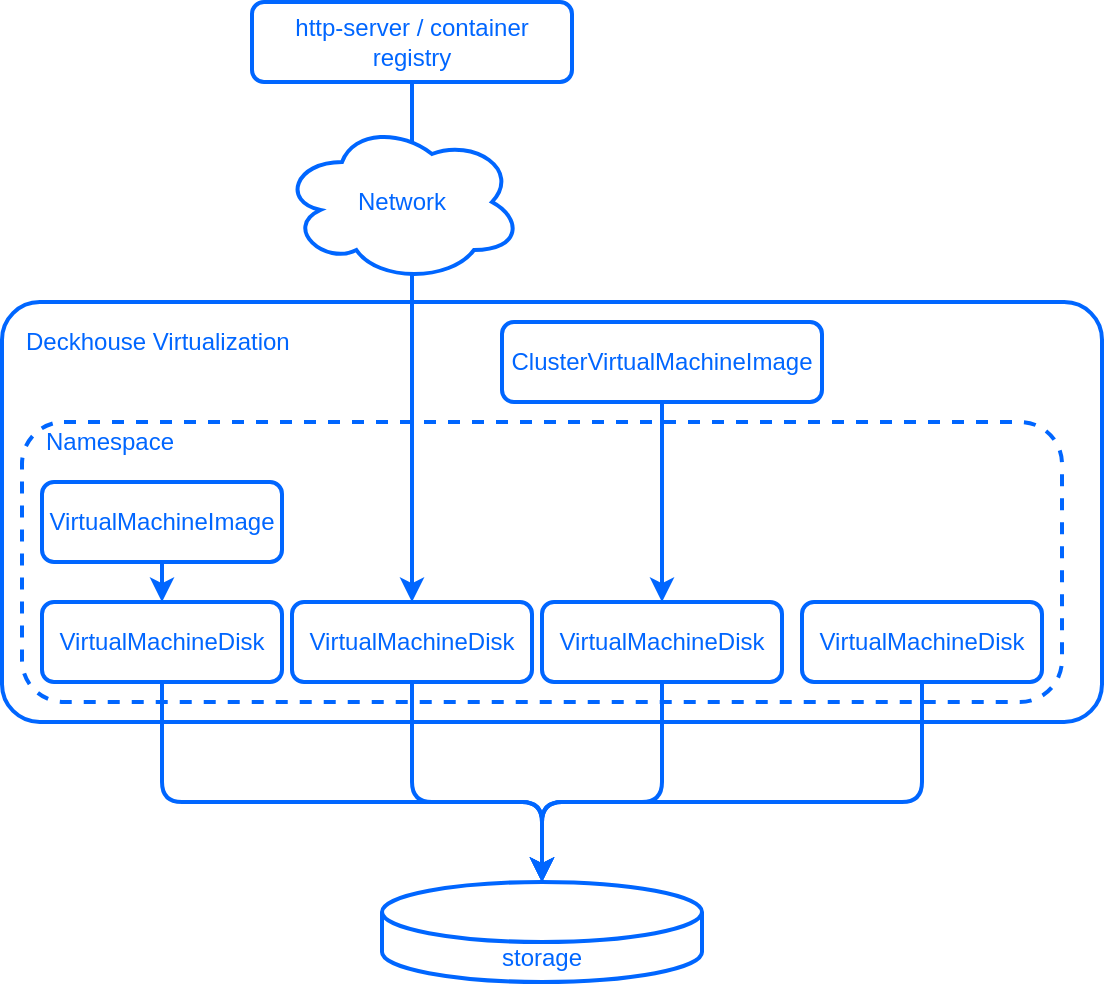
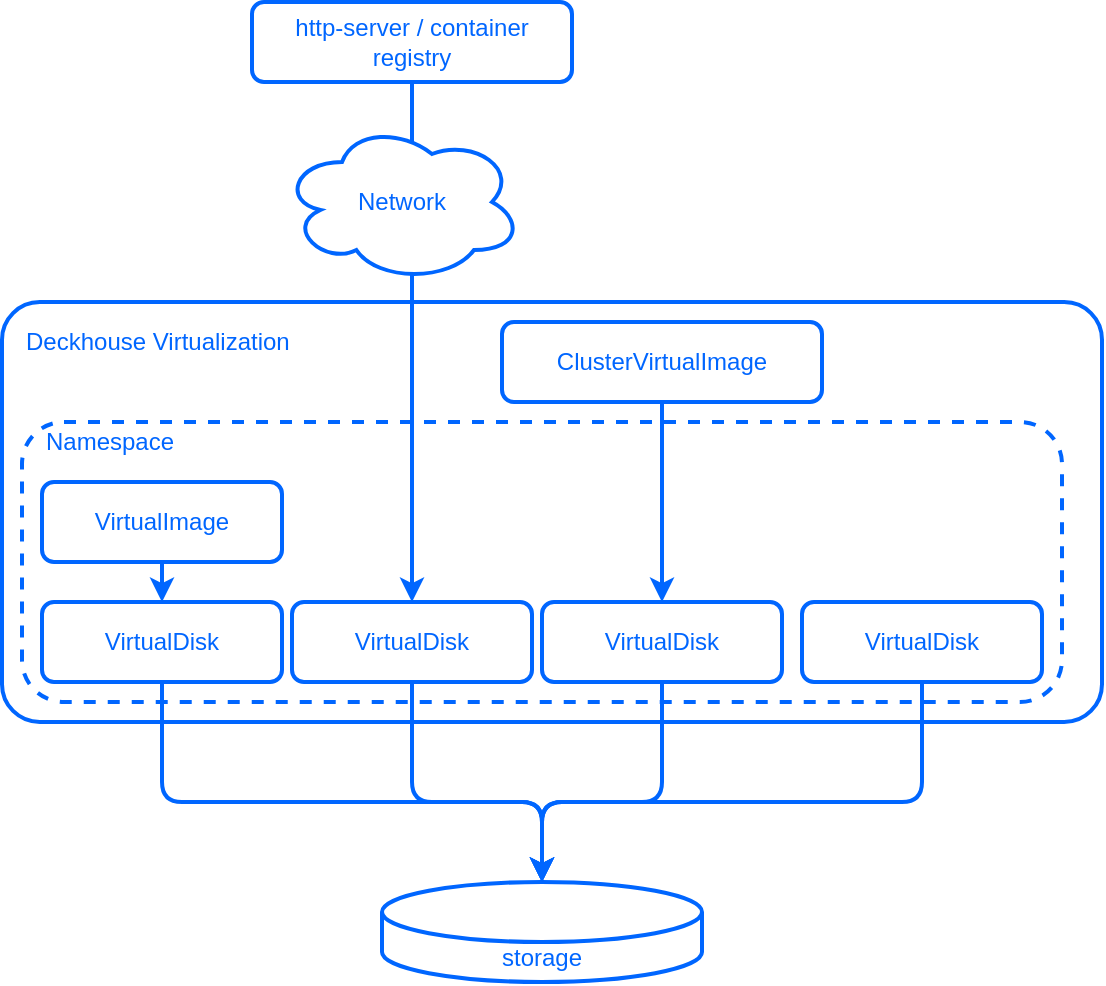
<mxfile host="65bd71144e">
    <diagram id="E2TP2AmZqmfv6rPX08LN" name="Page-1">
        <mxGraphModel dx="711" dy="626" grid="1" gridSize="10" guides="1" tooltips="1" connect="1" arrows="1" fold="1" page="1" pageScale="1" pageWidth="690" pageHeight="980" background="none" math="0" shadow="0">
            <root>
                <mxCell id="0"/>
                <mxCell id="1" parent="0"/>
                <mxCell id="2" value="" style="rounded=1;whiteSpace=wrap;html=1;fillColor=#FFFFFF;fontColor=#0066ff;strokeColor=#0066ff;arcSize=9;glass=0;strokeWidth=2;" parent="1" vertex="1">
                    <mxGeometry x="80" y="190" width="550" height="210" as="geometry"/>
                </mxCell>
                <mxCell id="4" value="" style="rounded=1;whiteSpace=wrap;html=1;dashed=1;fillColor=#FFFFFF;fontColor=#0066ff;strokeColor=#0066ff;strokeWidth=2;" parent="1" vertex="1">
                    <mxGeometry x="90" y="250" width="520" height="140" as="geometry"/>
                </mxCell>
                <mxCell id="5" value="Namespace" style="text;html=1;strokeColor=none;fillColor=none;align=left;verticalAlign=middle;whiteSpace=wrap;rounded=0;fontColor=#0066ff;strokeWidth=2;" parent="1" vertex="1">
                    <mxGeometry x="100" y="250" width="90" height="20" as="geometry"/>
                </mxCell>
                <mxCell id="6" value="Deckhouse Virtualization" style="text;html=1;align=left;verticalAlign=middle;whiteSpace=wrap;rounded=0;labelBackgroundColor=none;labelBorderColor=none;fontColor=#0066ff;strokeWidth=2;" parent="1" vertex="1">
                    <mxGeometry x="90" y="200" width="140" height="20" as="geometry"/>
                </mxCell>
                <mxCell id="22" style="html=1;exitX=0.5;exitY=1;exitDx=0;exitDy=0;entryX=0.5;entryY=0;entryDx=0;entryDy=0;entryPerimeter=0;edgeStyle=orthogonalEdgeStyle;rounded=1;strokeColor=#0066ff;fontColor=#0066ff;strokeWidth=2;jumpStyle=arc;" parent="1" source="8" target="11" edge="1">
                    <mxGeometry relative="1" as="geometry">
                        <Array as="points">
                            <mxPoint x="160" y="440"/>
                            <mxPoint x="350" y="440"/>
                        </Array>
                    </mxGeometry>
                </mxCell>
-                 <mxCell id="8" value="VirtualMachineDisk" style="rounded=1;whiteSpace=wrap;html=1;fillColor=#FFFFFF;fontColor=#0066ff;strokeColor=#0066ff;strokeWidth=2;" parent="1" vertex="1">
+                 <mxCell id="8" value="VirtualDisk" style="rounded=1;whiteSpace=wrap;html=1;fillColor=#FFFFFF;fontColor=#0066ff;strokeColor=#0066ff;strokeWidth=2;" parent="1" vertex="1">
                    <mxGeometry x="100" y="340" width="120" height="40" as="geometry"/>
                </mxCell>
                <mxCell id="26" style="edgeStyle=orthogonalEdgeStyle;html=1;exitX=0.5;exitY=1;exitDx=0;exitDy=0;entryX=0.5;entryY=0;entryDx=0;entryDy=0;rounded=0;strokeColor=#0066ff;fontColor=#0066ff;strokeWidth=2;" parent="1" source="9" target="19" edge="1">
                    <mxGeometry relative="1" as="geometry"/>
                </mxCell>
-                 <mxCell id="9" value="ClusterVirtualMachineImage" style="rounded=1;whiteSpace=wrap;html=1;fillColor=#FFFFFF;fontColor=#0066ff;strokeColor=#0066ff;strokeWidth=2;" parent="1" vertex="1">
+                 <mxCell id="9" value="ClusterVirtualImage" style="rounded=1;whiteSpace=wrap;html=1;fillColor=#FFFFFF;fontColor=#0066ff;strokeColor=#0066ff;strokeWidth=2;" parent="1" vertex="1">
                    <mxGeometry x="330" y="200" width="160" height="40" as="geometry"/>
                </mxCell>
                <mxCell id="11" value="storage" style="shape=cylinder3;whiteSpace=wrap;html=1;boundedLbl=1;backgroundOutline=1;size=15;fillColor=#FFFFFF;fontColor=#0066ff;strokeColor=#0066ff;rounded=0;strokeWidth=2;" parent="1" vertex="1">
                    <mxGeometry x="270" y="480" width="160" height="50" as="geometry"/>
                </mxCell>
                <mxCell id="27" style="edgeStyle=orthogonalEdgeStyle;html=1;exitX=0.5;exitY=1;exitDx=0;exitDy=0;entryX=0.5;entryY=0;entryDx=0;entryDy=0;rounded=0;strokeColor=#0066ff;fontColor=#0066ff;strokeWidth=2;" parent="1" source="17" target="8" edge="1">
                    <mxGeometry relative="1" as="geometry"/>
                </mxCell>
-                 <mxCell id="17" value="VirtualMachineImage" style="rounded=1;whiteSpace=wrap;html=1;fillColor=#FFFFFF;fontColor=#0066ff;strokeColor=#0066ff;strokeWidth=2;" parent="1" vertex="1">
+                 <mxCell id="17" value="VirtualImage" style="rounded=1;whiteSpace=wrap;html=1;fillColor=#FFFFFF;fontColor=#0066ff;strokeColor=#0066ff;strokeWidth=2;" parent="1" vertex="1">
                    <mxGeometry x="100" y="280" width="120" height="40" as="geometry"/>
                </mxCell>
                <mxCell id="23" style="html=1;exitX=0.5;exitY=1;exitDx=0;exitDy=0;entryX=0.5;entryY=0;entryDx=0;entryDy=0;entryPerimeter=0;edgeStyle=orthogonalEdgeStyle;rounded=1;strokeColor=#0066ff;fontColor=#0066ff;strokeWidth=2;jumpStyle=arc;" parent="1" source="18" target="11" edge="1">
                    <mxGeometry relative="1" as="geometry">
                        <mxPoint x="320" y="440" as="targetPoint"/>
                        <Array as="points">
                            <mxPoint x="285" y="440"/>
                            <mxPoint x="350" y="440"/>
                        </Array>
                    </mxGeometry>
                </mxCell>
-                 <mxCell id="18" value="VirtualMachineDisk" style="rounded=1;whiteSpace=wrap;html=1;fillColor=#FFFFFF;fontColor=#0066ff;strokeColor=#0066ff;strokeWidth=2;" parent="1" vertex="1">
+                 <mxCell id="18" value="VirtualDisk" style="rounded=1;whiteSpace=wrap;html=1;fillColor=#FFFFFF;fontColor=#0066ff;strokeColor=#0066ff;strokeWidth=2;" parent="1" vertex="1">
                    <mxGeometry x="225" y="340" width="120" height="40" as="geometry"/>
                </mxCell>
                <mxCell id="24" style="html=1;exitX=0.5;exitY=1;exitDx=0;exitDy=0;entryX=0.5;entryY=0;entryDx=0;entryDy=0;entryPerimeter=0;edgeStyle=orthogonalEdgeStyle;rounded=1;strokeColor=#0066ff;fontColor=#0066ff;strokeWidth=2;jumpStyle=arc;" parent="1" source="19" target="11" edge="1">
                    <mxGeometry relative="1" as="geometry">
                        <mxPoint x="320" y="440" as="targetPoint"/>
                        <Array as="points">
                            <mxPoint x="410" y="440"/>
                            <mxPoint x="350" y="440"/>
                        </Array>
                    </mxGeometry>
                </mxCell>
-                 <mxCell id="19" value="VirtualMachineDisk" style="rounded=1;whiteSpace=wrap;html=1;fillColor=#FFFFFF;fontColor=#0066ff;strokeColor=#0066ff;strokeWidth=2;" parent="1" vertex="1">
+                 <mxCell id="19" value="VirtualDisk" style="rounded=1;whiteSpace=wrap;html=1;fillColor=#FFFFFF;fontColor=#0066ff;strokeColor=#0066ff;strokeWidth=2;" parent="1" vertex="1">
                    <mxGeometry x="350" y="340" width="120" height="40" as="geometry"/>
                </mxCell>
                <mxCell id="25" style="html=1;exitX=0.5;exitY=1;exitDx=0;exitDy=0;edgeStyle=orthogonalEdgeStyle;rounded=1;strokeColor=#0066ff;fontColor=#0066ff;strokeWidth=2;jumpStyle=arc;" parent="1" source="21" target="11" edge="1">
                    <mxGeometry relative="1" as="geometry">
                        <Array as="points">
                            <mxPoint x="540" y="440"/>
                            <mxPoint x="350" y="440"/>
                        </Array>
                    </mxGeometry>
                </mxCell>
-                 <mxCell id="21" value="VirtualMachineDisk" style="rounded=1;whiteSpace=wrap;html=1;fillColor=#FFFFFF;fontColor=#0066ff;strokeColor=#0066ff;strokeWidth=2;" parent="1" vertex="1">
+                 <mxCell id="21" value="VirtualDisk" style="rounded=1;whiteSpace=wrap;html=1;fillColor=#FFFFFF;fontColor=#0066ff;strokeColor=#0066ff;strokeWidth=2;" parent="1" vertex="1">
                    <mxGeometry x="480" y="340" width="120" height="40" as="geometry"/>
                </mxCell>
                <mxCell id="30" style="edgeStyle=orthogonalEdgeStyle;html=1;exitX=0.5;exitY=1;exitDx=0;exitDy=0;rounded=0;strokeColor=#0066ff;fontColor=#0066ff;strokeWidth=2;" parent="1" source="29" target="18" edge="1">
                    <mxGeometry relative="1" as="geometry"/>
                </mxCell>
                <mxCell id="29" value="http-server / container registry" style="rounded=1;whiteSpace=wrap;html=1;fillColor=#FFFFFF;fontColor=#0066ff;strokeColor=#0066ff;strokeWidth=2;" parent="1" vertex="1">
                    <mxGeometry x="205" y="40" width="160" height="40" as="geometry"/>
                </mxCell>
                <mxCell id="28" value="Network" style="ellipse;shape=cloud;whiteSpace=wrap;html=1;fillColor=#FFFFFF;fontColor=#0066ff;strokeColor=#0066ff;rounded=0;strokeWidth=2;" parent="1" vertex="1">
                    <mxGeometry x="220" y="100" width="120" height="80" as="geometry"/>
                </mxCell>
            </root>
        </mxGraphModel>
    </diagram>
    <diagram id="3HleheF3-EX4s2hkzfmH" name="Page-2">
        <mxGraphModel grid="1" page="1" gridSize="10" guides="1" tooltips="1" connect="1" arrows="1" fold="1" pageScale="1" pageWidth="690" pageHeight="980" math="0" shadow="0">
            <root>
                <mxCell id="0"/>
                <mxCell id="1" parent="0"/>
            </root>
        </mxGraphModel>
    </diagram>
</mxfile>
